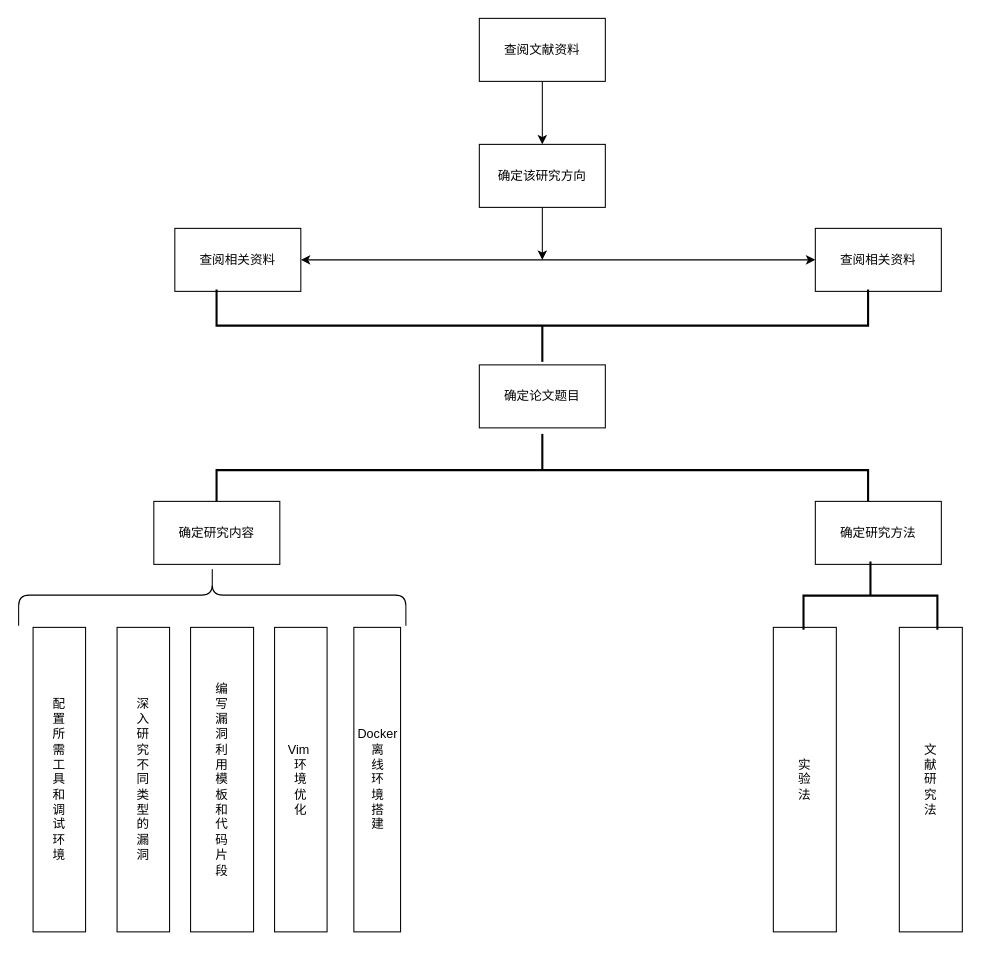
Before: 技术路线.drawio in xiaofeng789/draw, a draw.io diagram. Source tidied: cells renumbered, new cells numbered last; positions are measured from the earlier drawing's top-left corner, leaving out a move shared by most shapes. Both pictures are drawn from the tidied source at 105%, with x=0, y=0 at pixel (33, -1).
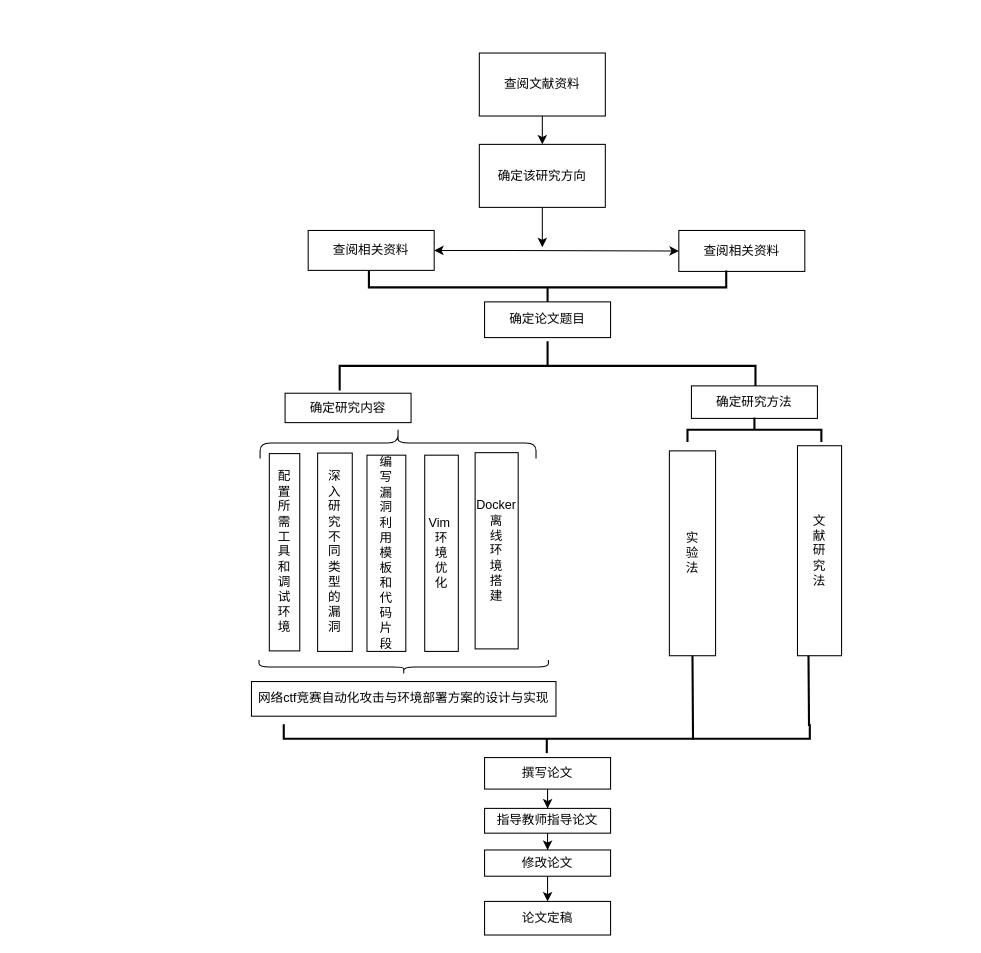
After the change.

Commit message (it also covers changes not shown here):
更新技术路线.drawio

Unchanged cells that the change refers to:
```xml
<mxCell id="4" value="确定该研究方向" style="rounded=0;whiteSpace=wrap;html=1;" parent="1" vertex="1">
  <mxGeometry x="425" y="138" width="120" height="60" as="geometry" />
</mxCell>
```

Change to the diagram source:
```diff
@@
     <mxCell id="2" value="查阅文献资料" style="rounded=0;whiteSpace=wrap;html=1;" parent="1" vertex="1">
-      <mxGeometry x="425" y="18" width="120" height="60" as="geometry" />
+      <mxGeometry x="425" y="51" width="120" height="60" as="geometry" />
     </mxCell>
@@
     <mxCell id="5" value="查阅相关资料" style="rounded=0;whiteSpace=wrap;html=1;" parent="1" vertex="1">
-      <mxGeometry x="135" y="218" width="120" height="60" as="geometry" />
+      <mxGeometry x="262" y="220" width="120" height="38" as="geometry" />
     </mxCell>
     <mxCell id="6" value="查阅相关资料" style="rounded=0;whiteSpace=wrap;html=1;" parent="1" vertex="1">
-      <mxGeometry x="745" y="218" width="120" height="60" as="geometry" />
+      <mxGeometry x="615" y="220" width="120" height="39" as="geometry" />
     </mxCell>
@@
     <mxCell id="8" style="endArrow=classic;html=1;rounded=0;exitX=0.5;exitY=1;exitDx=0;exitDy=0;" parent="1" edge="1" source="4">
       <mxGeometry relative="1" as="geometry">
-        <mxPoint x="485" y="248" as="targetPoint" />
+        <mxPoint x="485" y="236" as="targetPoint" />
       </mxGeometry>
     </mxCell>
     <mxCell id="9" style="strokeWidth=2;html=1;shape=mxgraph.flowchart.annotation_2;align=left;labelPosition=right;rotation=-90;" parent="1" vertex="1">
-      <mxGeometry x="450.5" y="0.4" width="69" height="620.5" as="geometry" />
+      <mxGeometry x="474" y="104" width="32" height="340.3" as="geometry" />
     </mxCell>
     <mxCell id="10" value="确定论文题目" style="rounded=0;whiteSpace=wrap;html=1;" parent="1" vertex="1">
-      <mxGeometry x="425" y="348" width="120" height="60" as="geometry" />
+      <mxGeometry x="430" y="288" width="120" height="34" as="geometry" />
     </mxCell>
     <mxCell id="11" style="strokeWidth=2;html=1;shape=mxgraph.flowchart.annotation_2;align=left;labelPosition=right;rotation=90;" parent="1" vertex="1">
-      <mxGeometry x="450.5" y="138" width="69" height="620.5" as="geometry" />
+      <mxGeometry x="466.5" y="151" width="47" height="396" as="geometry" />
     </mxCell>
     <mxCell id="12" value="确定研究内容" style="rounded=0;whiteSpace=wrap;html=1;" parent="1" vertex="1">
-      <mxGeometry x="115" y="478" width="120" height="60" as="geometry" />
+      <mxGeometry x="240" y="375" width="120" height="28" as="geometry" />
     </mxCell>
     <mxCell id="13" value="确定研究方法" style="rounded=0;whiteSpace=wrap;html=1;" parent="1" vertex="1">
-      <mxGeometry x="745" y="478" width="120" height="60" as="geometry" />
+      <mxGeometry x="627" y="368" width="120" height="31" as="geometry" />
     </mxCell>
     <mxCell id="14" value="&lt;div style=&quot;&quot;&gt;&lt;span style=&quot;background-color: initial;&quot;&gt;实&lt;/span&gt;&lt;/div&gt;&lt;div style=&quot;&quot;&gt;&lt;span style=&quot;background-color: initial;&quot;&gt;验&lt;/span&gt;&lt;/div&gt;&lt;div style=&quot;&quot;&gt;&lt;span style=&quot;background-color: initial;&quot;&gt;法&lt;/span&gt;&lt;/div&gt;" style="rounded=0;whiteSpace=wrap;html=1;align=center;" parent="1" vertex="1">
-      <mxGeometry x="705" y="598" width="60" height="290" as="geometry" />
+      <mxGeometry x="606" y="429.9" width="44" height="195.1" as="geometry" />
     </mxCell>
     <mxCell id="15" value="&lt;div style=&quot;&quot;&gt;文&lt;/div&gt;&lt;div style=&quot;&quot;&gt;献&lt;/div&gt;&lt;div style=&quot;&quot;&gt;研&lt;/div&gt;&lt;div style=&quot;&quot;&gt;究&lt;/div&gt;&lt;div style=&quot;&quot;&gt;法&lt;/div&gt;" style="rounded=0;whiteSpace=wrap;html=1;align=center;" parent="1" vertex="1">
-      <mxGeometry x="825" y="598" width="60" height="290" as="geometry" />
+      <mxGeometry x="728" y="425" width="42" height="200" as="geometry" />
     </mxCell>
     <mxCell id="16" style="strokeWidth=2;html=1;shape=mxgraph.flowchart.annotation_2;align=left;labelPosition=right;rotation=90;" parent="1" vertex="1">
-      <mxGeometry x="765" y="504" width="65" height="127.5" as="geometry" />
+      <mxGeometry x="675.4" y="346" width="23.2" height="127.5" as="geometry" />
     </mxCell>
     <mxCell id="17" style="shape=curlyBracket;whiteSpace=wrap;html=1;rounded=1;flipH=1;labelPosition=right;verticalLabelPosition=middle;align=left;verticalAlign=middle;rotation=-90;" parent="1" vertex="1">
-      <mxGeometry x="141.4" y="382.9" width="58.5" height="368.8" as="geometry" />
+      <mxGeometry x="332.8" y="291" width="29.6" height="262.8" as="geometry" />
     </mxCell>
     <mxCell id="18" value="配&lt;div&gt;置&lt;/div&gt;&lt;div&gt;所&lt;/div&gt;&lt;div&gt;需&lt;/div&gt;&lt;div&gt;工&lt;/div&gt;&lt;div&gt;具&lt;/div&gt;&lt;div&gt;和&lt;/div&gt;&lt;div&gt;调&lt;/div&gt;&lt;div&gt;试&lt;/div&gt;&lt;div&gt;环&lt;/div&gt;&lt;div&gt;境&lt;/div&gt;" style="rounded=0;whiteSpace=wrap;html=1;" parent="1" vertex="1">
-      <mxGeometry y="598" width="50" height="290" as="geometry" />
+      <mxGeometry x="225" y="432.5" width="29" height="187.9" as="geometry" />
     </mxCell>
     <mxCell id="19" value="深&lt;div&gt;入&lt;/div&gt;&lt;div&gt;研&lt;/div&gt;&lt;div&gt;究&lt;/div&gt;&lt;div&gt;不&lt;/div&gt;&lt;div&gt;同&lt;/div&gt;&lt;div&gt;类&lt;/div&gt;&lt;div&gt;型&lt;/div&gt;&lt;div&gt;的&lt;/div&gt;&lt;div&gt;漏&lt;/div&gt;&lt;div&gt;洞&lt;/div&gt;" style="rounded=0;whiteSpace=wrap;html=1;" parent="1" vertex="1">
-      <mxGeometry x="80" y="598" width="50" height="290" as="geometry" />
+      <mxGeometry x="271" y="432" width="33" height="188.9" as="geometry" />
     </mxCell>
     <mxCell id="20" value="编&lt;div&gt;写&lt;/div&gt;&lt;div&gt;漏&lt;/div&gt;&lt;div&gt;洞&lt;/div&gt;&lt;div&gt;利&lt;/div&gt;&lt;div&gt;用&lt;/div&gt;&lt;div&gt;模&lt;/div&gt;&lt;div&gt;板&lt;/div&gt;&lt;div&gt;和&lt;/div&gt;&lt;div&gt;代&lt;/div&gt;&lt;div&gt;码&lt;/div&gt;&lt;div&gt;片&lt;/div&gt;&lt;div&gt;段&lt;/div&gt;" style="rounded=0;whiteSpace=wrap;html=1;" parent="1" vertex="1">
-      <mxGeometry x="150" y="598" width="60" height="290" as="geometry" />
+      <mxGeometry x="318" y="434" width="37" height="186.9" as="geometry" />
     </mxCell>
     <mxCell id="21" value="Vim&amp;nbsp;&lt;div&gt;环&lt;/div&gt;&lt;div&gt;境&lt;/div&gt;&lt;div&gt;优&lt;/div&gt;&lt;div&gt;化&lt;/div&gt;" style="rounded=0;whiteSpace=wrap;html=1;" parent="1" vertex="1">
-      <mxGeometry x="230" y="598" width="50" height="290" as="geometry" />
+      <mxGeometry x="373" y="434" width="32" height="186.9" as="geometry" />
     </mxCell>
     <mxCell id="22" value="Docker&lt;div&gt;离&lt;/div&gt;&lt;div&gt;线&lt;/div&gt;&lt;div&gt;环&lt;/div&gt;&lt;div&gt;境&lt;/div&gt;&lt;div&gt;搭&lt;/div&gt;&lt;div&gt;建&lt;/div&gt;" style="rounded=0;whiteSpace=wrap;html=1;" parent="1" vertex="1">
-      <mxGeometry x="305.5" y="598" width="44.5" height="290" as="geometry" />
+      <mxGeometry x="421" y="431.6" width="41" height="186.9" as="geometry" />
     </mxCell>
+    <mxCell id="23" style="shape=curlyBracket;whiteSpace=wrap;html=1;rounded=1;flipH=1;labelPosition=right;verticalLabelPosition=middle;align=left;verticalAlign=middle;rotation=90;" parent="1" vertex="1">
+      <mxGeometry x="346.3" y="498" width="13.4" height="275.6" as="geometry" />
+    </mxCell>
+    <mxCell id="24" value="网络ctf竞赛自动化攻击与环境部署方案的设计与实现" style="rounded=0;whiteSpace=wrap;html=1;" parent="1" vertex="1">
+      <mxGeometry x="208" y="649.6" width="290" height="33" as="geometry" />
+    </mxCell>
+    <mxCell id="25" style="strokeWidth=2;html=1;shape=mxgraph.flowchart.annotation_2;align=left;labelPosition=right;rotation=-90;" parent="1" vertex="1">
+      <mxGeometry x="475.5" y="453.5" width="27.5" height="501" as="geometry" />
+    </mxCell>
+    <mxCell id="26" style="endArrow=none;html=1;rounded=0;exitX=0.25;exitY=1;exitDx=0;exitDy=0;strokeWidth=2;" parent="1" edge="1" source="15">
+      <mxGeometry relative="1" as="geometry">
+        <mxPoint x="739" y="692" as="targetPoint" />
+      </mxGeometry>
+    </mxCell>
+    <mxCell id="27" style="endArrow=none;html=1;rounded=0;exitX=0.5;exitY=1;exitDx=0;exitDy=0;strokeWidth=2;entryX=0.459;entryY=0.778;entryDx=0;entryDy=0;entryPerimeter=0;" parent="1" edge="1" source="14" target="25">
+      <mxGeometry relative="1" as="geometry" />
+    </mxCell>
+    <mxCell id="28" style="edgeStyle=orthogonalEdgeStyle;rounded=0;jettySize=auto;html=1;" parent="1" edge="1" source="29" target="31">
+      <mxGeometry relative="1" as="geometry" />
+    </mxCell>
+    <mxCell id="29" value="撰写论文" style="rounded=0;whiteSpace=wrap;html=1;" parent="1" vertex="1">
+      <mxGeometry x="430" y="722" width="120" height="30" as="geometry" />
+    </mxCell>
+    <mxCell id="30" style="edgeStyle=orthogonalEdgeStyle;rounded=0;jettySize=auto;html=1;" parent="1" edge="1" source="31" target="33">
+      <mxGeometry relative="1" as="geometry" />
+    </mxCell>
+    <mxCell id="31" value="指导教师指导论文" style="rounded=0;whiteSpace=wrap;html=1;" parent="1" vertex="1">
+      <mxGeometry x="430" y="770.4" width="120" height="23.6" as="geometry" />
+    </mxCell>
+    <mxCell id="32" style="edgeStyle=orthogonalEdgeStyle;rounded=0;jettySize=auto;html=1;" parent="1" edge="1" source="33" target="34">
+      <mxGeometry relative="1" as="geometry" />
+    </mxCell>
+    <mxCell id="33" value="修改论文" style="rounded=0;whiteSpace=wrap;html=1;" parent="1" vertex="1">
+      <mxGeometry x="430" y="810" width="120" height="25" as="geometry" />
+    </mxCell>
+    <mxCell id="34" value="论文定稿" style="rounded=0;whiteSpace=wrap;html=1;" parent="1" vertex="1">
+      <mxGeometry x="430" y="859" width="120" height="32" as="geometry" />
+    </mxCell>
+    <mxCell id="35" style="edgeStyle=orthogonalEdgeStyle;rounded=0;orthogonalLoop=1;jettySize=auto;html=1;exitX=0.5;exitY=1;exitDx=0;exitDy=0;" parent="1" edge="1" source="6" target="6">
+      <mxGeometry relative="1" as="geometry" />
+    </mxCell>
```
